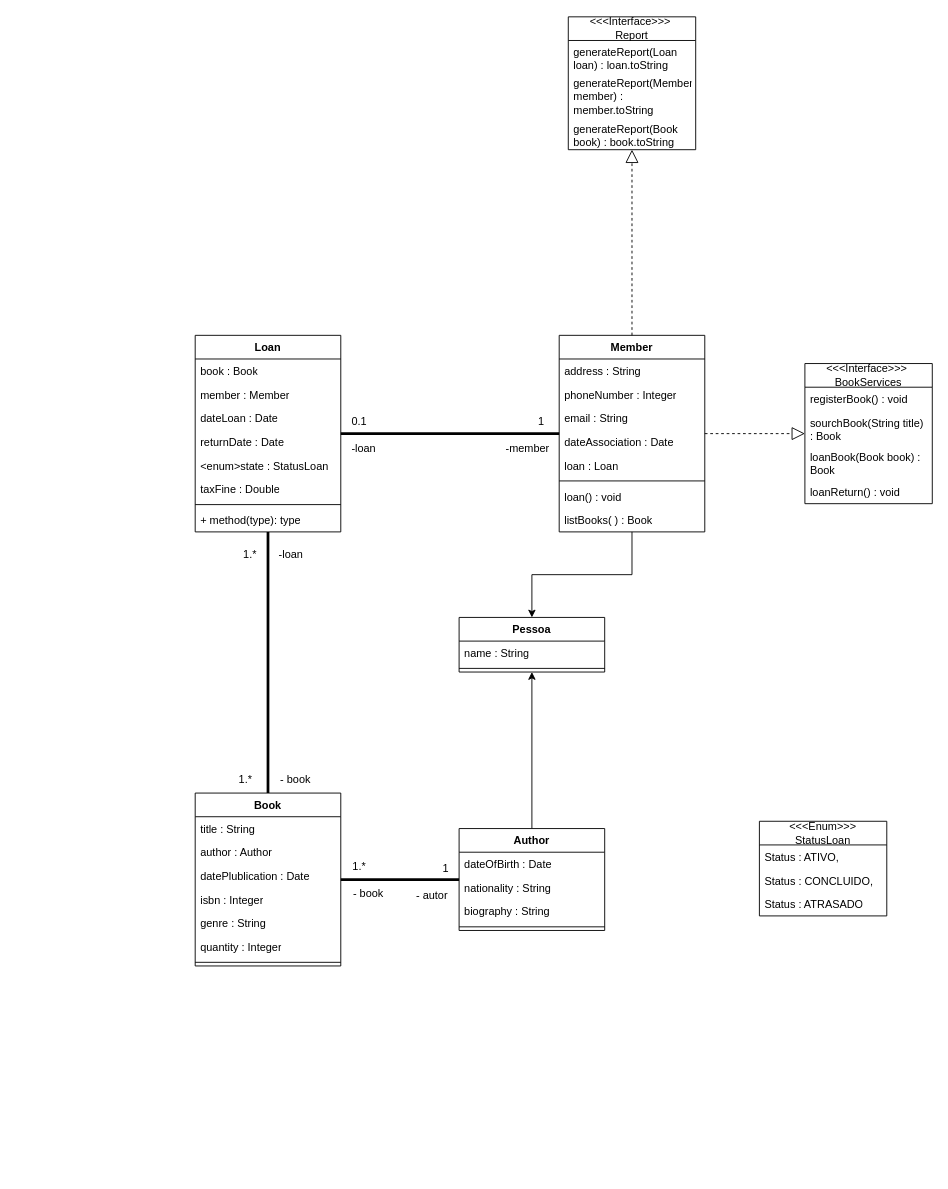
Before: LibraryDiagram.drawio in Eduardo-Decarli/SP_SpringBoot_AWS_Desafio_01, a draw.io diagram. Source tidied: cells renumbered, new cells numbered last; positions are measured from the earlier drawing's top-left corner, leaving out a move shared by most shapes. Both pictures are drawn from the tidied source at 91%, with x=0, y=0 at pixel (195, 16).
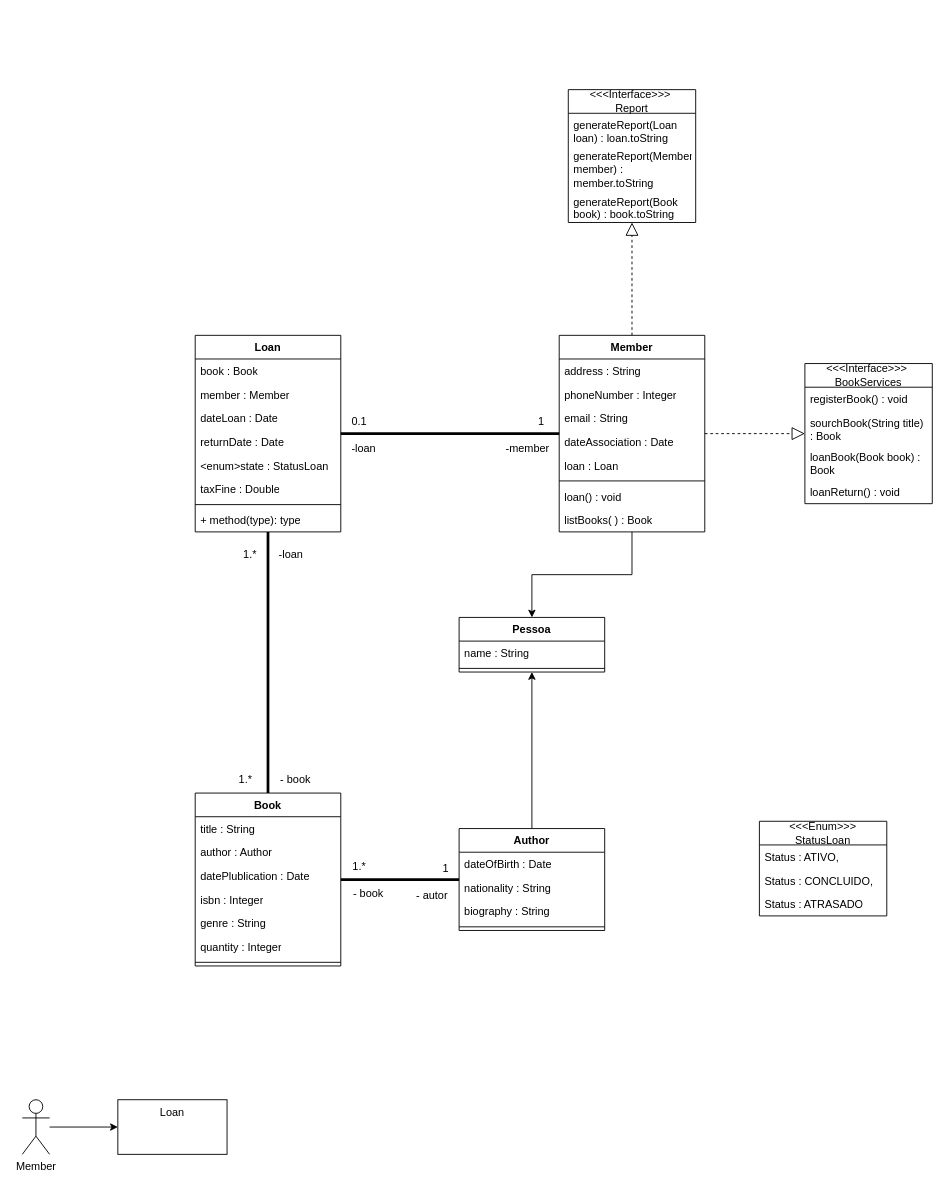
The same diagram, later.

Change to the diagram source:
```diff
@@
     <mxCell id="63" value="&amp;lt;&amp;lt;&amp;lt;Interface&amp;gt;&amp;gt;&amp;gt;&amp;nbsp;&lt;div&gt;Report&lt;/div&gt;" style="swimlane;fontStyle=0;horizontal=1;startSize=26;fillColor=none;whiteSpace=wrap;html=1;" parent="1" vertex="1">
-      <mxGeometry x="410" width="140" height="146" as="geometry" />
+      <mxGeometry x="410" y="80" width="140" height="146" as="geometry" />
     </mxCell>
@@
+    <mxCell id="68" style="edgeStyle=orthogonalEdgeStyle;rounded=0;jettySize=auto;html=1;" parent="1" edge="1" source="69" target="70">
+      <mxGeometry relative="1" as="geometry" />
+    </mxCell>
+    <mxCell id="69" value="Member" style="shape=umlActor;verticalLabelPosition=bottom;verticalAlign=top;html=1;" parent="1" vertex="1">
+      <mxGeometry x="-190" y="1190" width="30" height="60" as="geometry" />
+    </mxCell>
+    <mxCell id="70" value="Loan" style="whiteSpace=wrap;html=1;verticalAlign=top;" parent="1" vertex="1">
+      <mxGeometry x="-85" y="1190" width="120" height="60" as="geometry" />
+    </mxCell>
```
